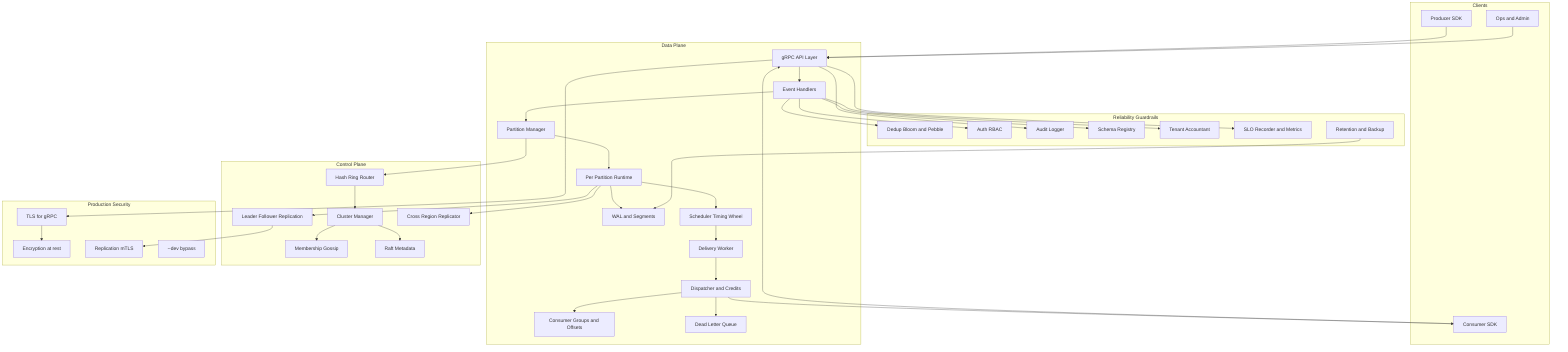
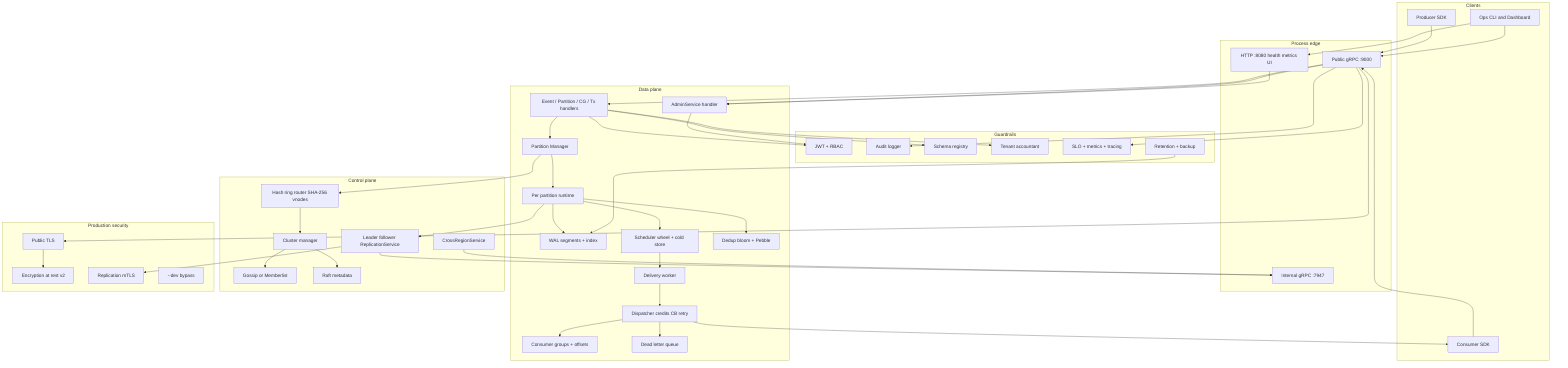
flowchart TB
    subgraph Client_Side[Clients]
      Producer[Producer SDK]
      Consumer[Consumer SDK]
-       Admin[Ops and Admin]
+       Admin[Ops CLI and Dashboard]
    end

-     subgraph Data_Plane[Data Plane]
-       APIGW[gRPC API Layer]
-       EventH[Event Handlers]
-       PM[Partition Manager]
-       Partition[Per Partition Runtime]
-       WAL[WAL and Segments]
-       Sched[Scheduler Timing Wheel]
-       Worker[Delivery Worker]
-       Disp[Dispatcher and Credits]
-       Group[Consumer Groups and Offsets]
-       DLQ[Dead Letter Queue]
+     subgraph Edge[Process edge]
+       APIGW[Public gRPC :9000]
+       HTTP[HTTP :8080 health metrics UI]
+       IGRPC[Internal gRPC :7947]
    end

-     subgraph Control_Plane[Control Plane]
-       ClusterM[Cluster Manager]
-       Router[Hash Ring Router]
-       Membership[Membership Gossip]
-       Raft[Raft Metadata]
-       Replication[Leader Follower Replication]
-       CrossRegion[Cross Region Replicator]
+     subgraph Data_Plane[Data plane]
+       EventH[Event / Partition / CG / Tx handlers]
+       AdminH[AdminService handler]
+       PM[Partition Manager]
+       Partition[Per partition runtime]
+       WAL[WAL segments + index]
+       Sched[Scheduler wheel + cold store]
+       Worker[Delivery worker]
+       Disp[Dispatcher credits CB retry]
+       Group[Consumer groups + offsets]
+       DLQ[Dead letter queue]
+       Dedup[Dedup bloom + Pebble]
    end

-     subgraph Guardrails[Reliability Guardrails]
-       Dedup[Dedup Bloom and Pebble]
-       Auth[Auth RBAC]
-       Audit[Audit Logger]
-       Schema[Schema Registry]
-       Tenant[Tenant Accountant]
-       SLO[SLO Recorder and Metrics]
-       Compliance[Retention and Backup]
+     subgraph Control_Plane[Control plane]
+       ClusterM[Cluster manager]
+       Router[Hash ring router SHA-256 vnodes]
+       Membership[Gossip or Memberlist]
+       Raft[Raft metadata]
+       Replication[Leader follower ReplicationService]
+       CrossRegion[CrossRegionService]
    end

-     subgraph Security[Production Security]
-       TLS[TLS for gRPC]
-       EncAtRest[Encryption at rest]
+     subgraph Guardrails[Guardrails]
+       Auth[JWT + RBAC]
+       Audit[Audit logger]
+       Schema[Schema registry]
+       Tenant[Tenant accountant]
+       SLO[SLO + metrics + tracing]
+       Compliance[Retention + backup]
+     end
+ 
+     subgraph Security[Production security]
+       TLS[Public TLS]
+       EncAtRest[Encryption at rest v2]
      ReplMTLS[Replication mTLS]
      DevMode[--dev bypass]
    end

    Producer --> APIGW
    Consumer --> APIGW
    Admin --> APIGW
+     Admin --> HTTP

    APIGW --> EventH
+     APIGW --> AdminH
+     HTTP --> AdminH
    EventH --> PM
    PM --> Partition
    Partition --> WAL
    Partition --> Sched
+     Partition --> Dedup
    Sched --> Worker
    Worker --> Disp
    Disp --> Consumer
    Disp --> Group
    Disp --> DLQ

    APIGW --> TLS
-     EventH --> Dedup
    EventH --> Auth
    EventH --> Schema
    EventH --> Tenant
    APIGW --> Audit
    APIGW --> SLO
+     AdminH --> Auth

    PM --> Router
    Router --> ClusterM
    ClusterM --> Membership
    ClusterM --> Raft
    Partition --> Replication
+     Replication --> IGRPC
+     CrossRegion --> IGRPC
    Replication --> ReplMTLS
-     Partition --> CrossRegion
    Compliance --> WAL
-     TLS --> EncAtRest+     TLS --> EncAtRest
